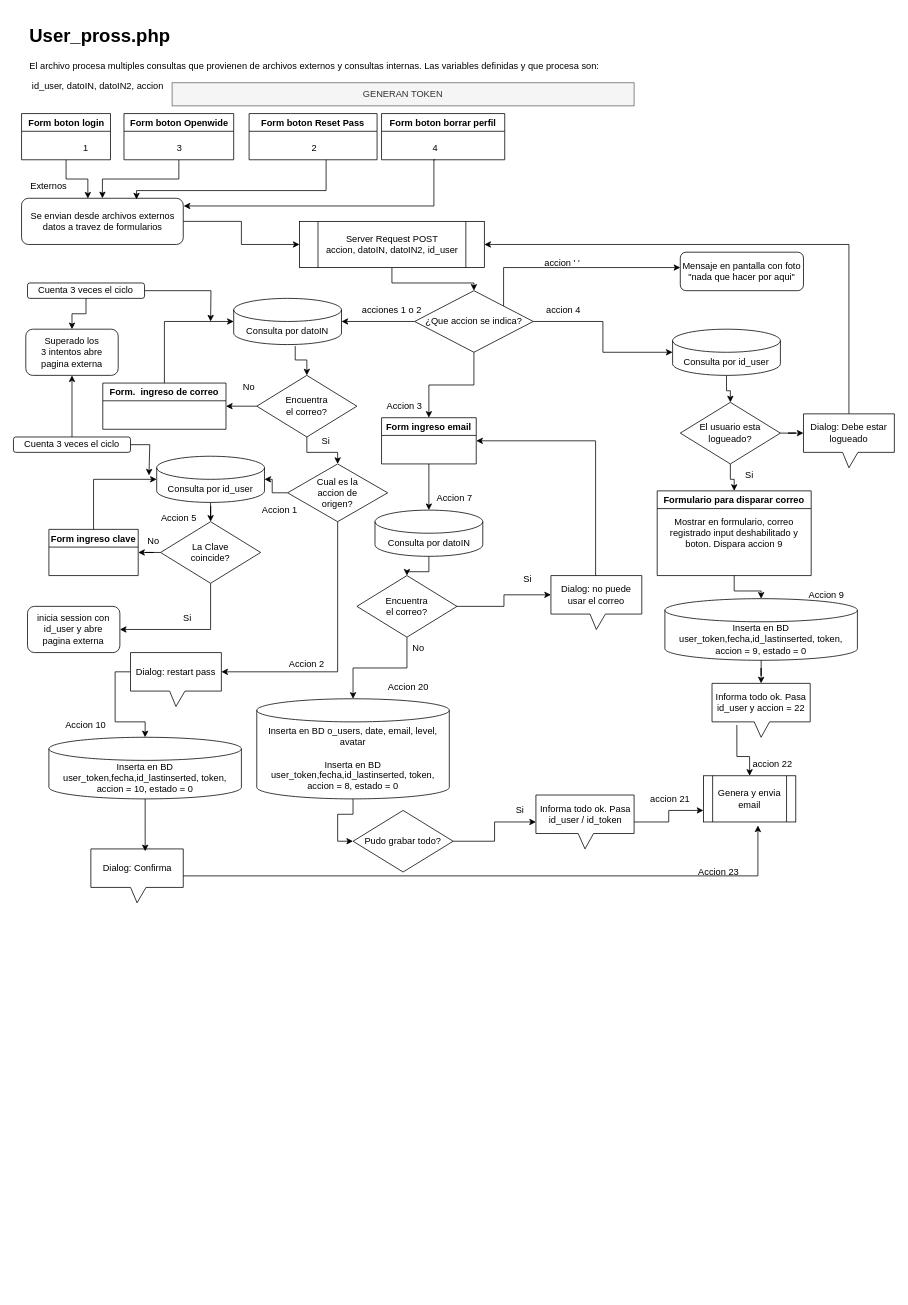
MaxiFranz/TrayectoP keeps this draw.io diagram as user_prossphp.drawio. Above is the earlier version. Source tidied: cells renumbered, new cells numbered last; positions are measured from the earlier drawing's top-left corner, leaving out a move shared by most shapes. Both pictures are drawn from the tidied source at 77%, with x=0, y=0 at pixel (13, 21).
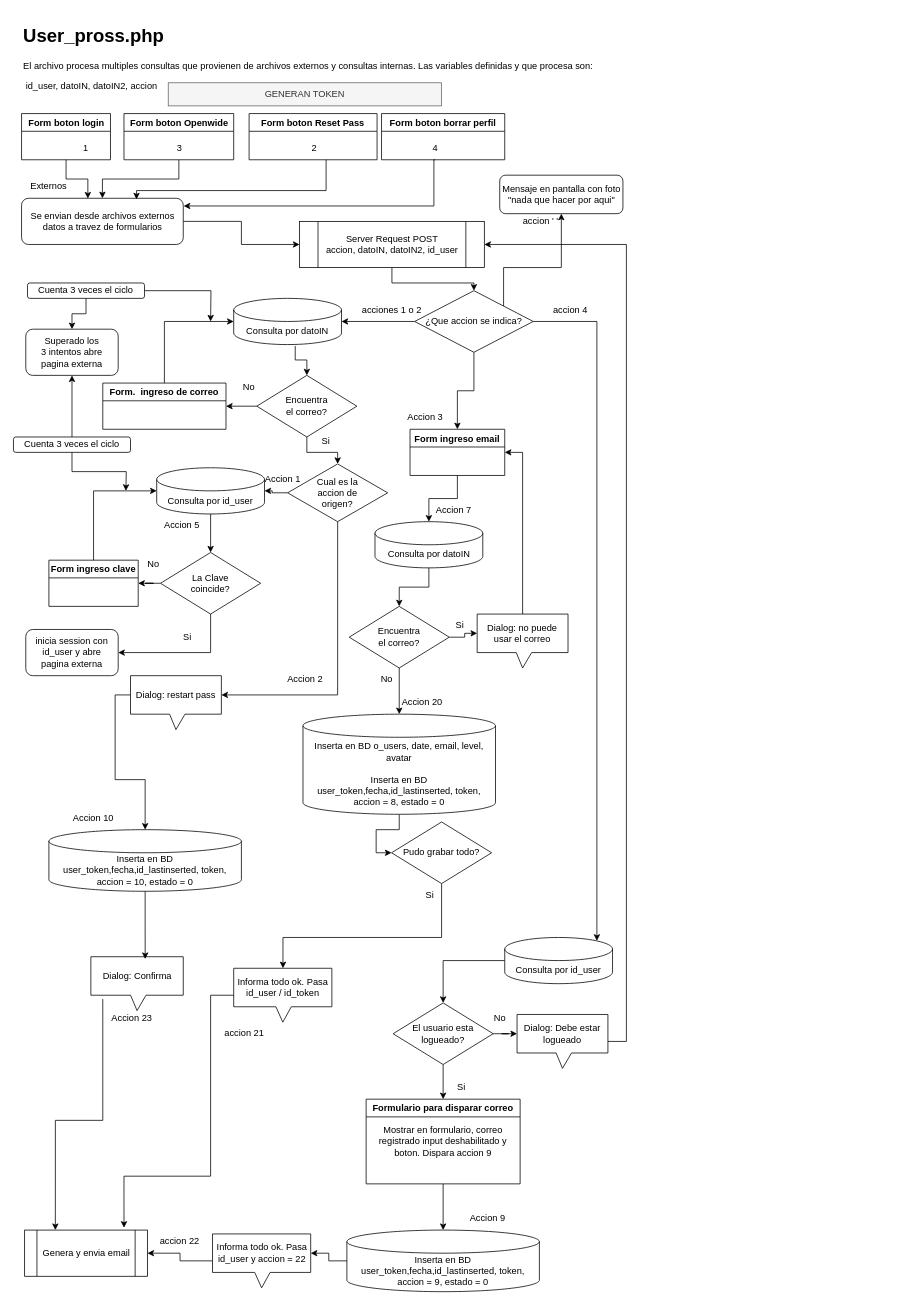
The same diagram, later.

Unchanged cells that the change refers to:
```xml
<mxCell id="4" value="Server Request POST&lt;br&gt;accion, datoIN, datoIN2, id_user" style="shape=process;whiteSpace=wrap;html=1;backgroundOutline=1;" parent="1" vertex="1">
  <mxGeometry x="371.5" y="260" width="240" height="60" as="geometry" />
</mxCell>
<mxCell id="24" value="¿Que accion se indica?" style="rhombus;whiteSpace=wrap;html=1;" parent="1" vertex="1">
  <mxGeometry x="521" y="350" width="154" height="80" as="geometry" />
</mxCell>
<mxCell id="49" value="Cuenta 3 veces el ciclo" style="rounded=1;whiteSpace=wrap;html=1;" parent="1" vertex="1">
  <mxGeometry y="540" width="152" height="20" as="geometry" />
</mxCell>
```

Change to the diagram source:
```diff
@@
     <mxCell id="2" value="&lt;h1&gt;User_pross.php&lt;/h1&gt;&lt;p&gt;El archivo procesa multiples consultas que provienen de archivos externos y consultas internas. Las variables definidas y que procesa son:&amp;nbsp;&lt;/p&gt;&lt;p&gt;&lt;span style=&quot;background-color: initial;&quot;&gt;&amp;nbsp;id_user,&amp;nbsp;&lt;/span&gt;&lt;span style=&quot;background-color: initial;&quot;&gt;datoIN,&amp;nbsp;&lt;/span&gt;&lt;span style=&quot;background-color: initial;&quot;&gt;datoIN2,&amp;nbsp;&lt;/span&gt;&lt;span style=&quot;background-color: initial;&quot;&gt;accion&lt;/span&gt;&lt;/p&gt;" style="text;html=1;strokeColor=none;fillColor=none;spacing=5;spacingTop=-20;whiteSpace=wrap;overflow=hidden;rounded=0;" parent="1" vertex="1">
-      <mxGeometry x="16" width="770" height="100" as="geometry" />
+      <mxGeometry x="8" width="770" height="100" as="geometry" />
     </mxCell>
@@
-    <mxCell id="22" style="edgeStyle=orthogonalEdgeStyle;rounded=0;jettySize=auto;html=1;" parent="1" edge="1" source="24" target="77">
-      <mxGeometry relative="1" as="geometry" />
-    </mxCell>
@@
     <mxCell id="36" value="Accion 1" style="text;html=1;strokeColor=none;fillColor=none;align=center;verticalAlign=middle;whiteSpace=wrap;rounded=0;" parent="1" vertex="1">
-      <mxGeometry x="306" y="620" width="80" height="30" as="geometry" />
+      <mxGeometry x="309.8" y="580" width="80" height="30" as="geometry" />
     </mxCell>
@@
     <mxCell id="38" value="Consulta por id_user" style="shape=cylinder3;whiteSpace=wrap;html=1;boundedLbl=1;backgroundOutline=1;size=15;" parent="1" vertex="1">
-      <mxGeometry x="186" y="565" width="140" height="60" as="geometry" />
+      <mxGeometry x="186" y="580" width="140" height="60" as="geometry" />
     </mxCell>
@@
     <mxCell id="41" value="La Clave&lt;br&gt;coincide?" style="rhombus;whiteSpace=wrap;html=1;" parent="1" vertex="1">
-      <mxGeometry x="191" y="650" width="130" height="80" as="geometry" />
+      <mxGeometry x="191" y="690" width="130" height="80" as="geometry" />
     </mxCell>
@@
     <mxCell id="43" value="Form ingreso clave" style="swimlane;" parent="1" vertex="1">
-      <mxGeometry x="46" y="660" width="116" height="60" as="geometry" />
+      <mxGeometry x="46" y="700" width="116" height="60" as="geometry" />
     </mxCell>
@@
     <mxCell id="45" value="No" style="text;html=1;strokeColor=none;fillColor=none;align=center;verticalAlign=middle;whiteSpace=wrap;rounded=0;" parent="1" vertex="1">
-      <mxGeometry x="152" y="660" width="60" height="30" as="geometry" />
+      <mxGeometry x="152" y="690" width="60" height="30" as="geometry" />
     </mxCell>
@@
-    <mxCell id="48" style="edgeStyle=orthogonalEdgeStyle;rounded=0;jettySize=auto;html=1;" parent="1" edge="1" source="49">
-      <mxGeometry relative="1" as="geometry">
-        <mxPoint x="176" y="590" as="targetPoint" />
-        <Array as="points">
-          <mxPoint x="177" y="550" />
-        </Array>
-      </mxGeometry>
-    </mxCell>
+    <mxCell id="110" style="edgeStyle=orthogonalEdgeStyle;rounded=0;jettySize=auto;html=1;" parent="1" edge="1" source="49">
+      <mxGeometry relative="1" as="geometry">
+        <mxPoint x="146" y="610" as="targetPoint" />
+      </mxGeometry>
+    </mxCell>
@@
     <mxCell id="53" value="Si" style="text;html=1;strokeColor=none;fillColor=none;align=center;verticalAlign=middle;whiteSpace=wrap;rounded=0;" parent="1" vertex="1">
-      <mxGeometry x="206" y="760" width="40" height="30" as="geometry" />
+      <mxGeometry x="206" y="785" width="40" height="30" as="geometry" />
     </mxCell>
     <mxCell id="54" value="inicia session con id_user y abre &lt;br&gt;pagina externa" style="rounded=1;whiteSpace=wrap;html=1;" parent="1" vertex="1">
-      <mxGeometry x="18.2" y="760" width="120" height="60" as="geometry" />
+      <mxGeometry x="16" y="790" width="120" height="60" as="geometry" />
     </mxCell>
     <mxCell id="55" value="Form ingreso email" style="swimlane;" parent="1" vertex="1">
-      <mxGeometry x="478" y="515" width="123" height="60" as="geometry" />
+      <mxGeometry x="515" y="530" width="123" height="60" as="geometry" />
     </mxCell>
     <mxCell id="56" value="Accion 3" style="text;html=1;strokeColor=none;fillColor=none;align=center;verticalAlign=middle;whiteSpace=wrap;rounded=0;" parent="1" vertex="1">
-      <mxGeometry x="478" y="485" width="60" height="30" as="geometry" />
+      <mxGeometry x="505" y="500" width="60" height="30" as="geometry" />
     </mxCell>
@@
     <mxCell id="58" value="Consulta por datoIN" style="shape=cylinder3;whiteSpace=wrap;html=1;boundedLbl=1;backgroundOutline=1;size=15;" parent="1" vertex="1">
-      <mxGeometry x="469.5" y="635" width="140" height="60" as="geometry" />
+      <mxGeometry x="469.5" y="650" width="140" height="60" as="geometry" />
     </mxCell>
@@
     <mxCell id="60" value="Accion 7" style="text;html=1;strokeColor=none;fillColor=none;align=center;verticalAlign=middle;whiteSpace=wrap;rounded=0;" parent="1" vertex="1">
-      <mxGeometry x="543" y="605" width="60" height="30" as="geometry" />
+      <mxGeometry x="542.2" y="620" width="60" height="30" as="geometry" />
     </mxCell>
     <mxCell id="61" value="Encuentra &lt;br&gt;el correo?" style="rhombus;whiteSpace=wrap;html=1;" parent="1" vertex="1">
-      <mxGeometry x="446" y="720" width="130" height="80" as="geometry" />
+      <mxGeometry x="436" y="760" width="130" height="80" as="geometry" />
     </mxCell>
     <mxCell id="62" style="edgeStyle=orthogonalEdgeStyle;rounded=0;jettySize=auto;html=1;entryX=1;entryY=0.5;entryDx=0;entryDy=0;exitX=0.5;exitY=0;exitDx=0;exitDy=0;exitPerimeter=0;" parent="1" edge="1" source="63" target="55">
-      <mxGeometry relative="1" as="geometry">
-        <Array as="points">
-          <mxPoint x="757" y="745" />
-          <mxPoint x="756" y="545" />
-        </Array>
-      </mxGeometry>
+      <mxGeometry relative="1" as="geometry" />
     </mxCell>
     <mxCell id="63" value="Dialog: no puede usar el correo" style="shape=callout;whiteSpace=wrap;html=1;perimeter=calloutPerimeter;size=20;position=0.43;" parent="1" vertex="1">
-      <mxGeometry x="698" y="720" width="118" height="70" as="geometry" />
+      <mxGeometry x="602.2" y="770" width="118" height="70" as="geometry" />
     </mxCell>
@@
     <mxCell id="65" value="Si" style="text;html=1;strokeColor=none;fillColor=none;align=center;verticalAlign=middle;whiteSpace=wrap;rounded=0;" parent="1" vertex="1">
-      <mxGeometry x="638" y="710" width="60" height="30" as="geometry" />
+      <mxGeometry x="549.5" y="770" width="60" height="30" as="geometry" />
     </mxCell>
@@
     <mxCell id="67" value="Inserta en BD o_users, date, email, level, avatar&lt;br&gt;&lt;br&gt;Inserta en BD user_token,fecha,id_lastinserted, token, accion = 8, estado = 0" style="shape=cylinder3;whiteSpace=wrap;html=1;boundedLbl=1;backgroundOutline=1;size=15;" parent="1" vertex="1">
-      <mxGeometry x="316" y="880" width="250" height="130" as="geometry" />
+      <mxGeometry x="376" y="900" width="250" height="130" as="geometry" />
     </mxCell>
@@
     <mxCell id="69" value="No" style="text;html=1;strokeColor=none;fillColor=none;align=center;verticalAlign=middle;whiteSpace=wrap;rounded=0;" parent="1" vertex="1">
-      <mxGeometry x="496" y="800" width="60" height="30" as="geometry" />
+      <mxGeometry x="455" y="840" width="60" height="30" as="geometry" />
     </mxCell>
-    <mxCell id="70" style="edgeStyle=orthogonalEdgeStyle;rounded=0;jettySize=auto;html=1;entryX=0;entryY=0.75;entryDx=0;entryDy=0;" parent="1" edge="1" source="71" target="75">
-      <mxGeometry relative="1" as="geometry" />
-    </mxCell>
     <mxCell id="71" value="Informa todo ok. Pasa id_user / id_token" style="shape=callout;whiteSpace=wrap;html=1;perimeter=calloutPerimeter;size=20;position=0.43;" parent="1" vertex="1">
-      <mxGeometry x="678.5" y="1005" width="127.5" height="70" as="geometry" />
+      <mxGeometry x="286" y="1230" width="127.5" height="70" as="geometry" />
     </mxCell>
-    <mxCell id="72" style="edgeStyle=orthogonalEdgeStyle;rounded=0;jettySize=auto;html=1;" parent="1" edge="1" source="73" target="71">
-      <mxGeometry relative="1" as="geometry" />
+    <mxCell id="72" style="edgeStyle=orthogonalEdgeStyle;rounded=0;jettySize=auto;html=1;exitX=0.5;exitY=1;exitDx=0;exitDy=0;" parent="1" edge="1" source="73" target="71">
+      <mxGeometry relative="1" as="geometry">
+        <Array as="points">
+          <mxPoint x="556" y="1190" />
+          <mxPoint x="350" y="1190" />
+        </Array>
+      </mxGeometry>
     </mxCell>
     <mxCell id="73" value="Pudo grabar todo?" style="rhombus;whiteSpace=wrap;html=1;" parent="1" vertex="1">
-      <mxGeometry x="441" y="1025" width="130" height="80" as="geometry" />
+      <mxGeometry x="491" y="1040" width="130" height="80" as="geometry" />
     </mxCell>
     <mxCell id="74" value="Si" style="text;html=1;strokeColor=none;fillColor=none;align=center;verticalAlign=middle;whiteSpace=wrap;rounded=0;" parent="1" vertex="1">
-      <mxGeometry x="638" y="1010" width="40" height="30" as="geometry" />
+      <mxGeometry x="521" y="1120" width="40" height="30" as="geometry" />
     </mxCell>
     <mxCell id="75" value="Genera y envia email" style="shape=process;whiteSpace=wrap;html=1;backgroundOutline=1;" parent="1" vertex="1">
-      <mxGeometry x="896" y="980" width="120" height="60" as="geometry" />
+      <mxGeometry x="14.5" y="1570" width="159.5" height="60" as="geometry" />
     </mxCell>
@@
     <mxCell id="77" value="Consulta por id_user" style="shape=cylinder3;whiteSpace=wrap;html=1;boundedLbl=1;backgroundOutline=1;size=15;" parent="1" vertex="1">
-      <mxGeometry x="856" y="400" width="140" height="60" as="geometry" />
+      <mxGeometry x="638" y="1190" width="140" height="60" as="geometry" />
     </mxCell>
     <mxCell id="78" value="accion 4" style="text;html=1;strokeColor=none;fillColor=none;align=center;verticalAlign=middle;whiteSpace=wrap;rounded=0;" parent="1" vertex="1">
-      <mxGeometry x="666" y="360" width="97" height="30" as="geometry" />
+      <mxGeometry x="675" y="360" width="97" height="30" as="geometry" />
     </mxCell>
@@
     <mxCell id="80" value="El usuario esta&lt;br&gt;logueado?" style="rhombus;whiteSpace=wrap;html=1;" parent="1" vertex="1">
-      <mxGeometry x="866" y="495" width="130" height="80" as="geometry" />
+      <mxGeometry x="493" y="1275" width="130" height="80" as="geometry" />
     </mxCell>
     <mxCell id="81" value="Formulario para disparar correo" style="swimlane;whiteSpace=wrap;html=1;" parent="1" vertex="1">
-      <mxGeometry x="836" y="610" width="200" height="110" as="geometry" />
+      <mxGeometry x="458" y="1400" width="200" height="110" as="geometry" />
     </mxCell>
@@
     <mxCell id="83" value="Si" style="text;html=1;strokeColor=none;fillColor=none;align=center;verticalAlign=middle;whiteSpace=wrap;rounded=0;" parent="1" vertex="1">
-      <mxGeometry x="926" y="575" width="60" height="30" as="geometry" />
+      <mxGeometry x="551.5" y="1370" width="60" height="30" as="geometry" />
     </mxCell>
-    <mxCell id="84" style="edgeStyle=orthogonalEdgeStyle;rounded=0;jettySize=auto;html=1;entryX=1;entryY=0.5;entryDx=0;entryDy=0;exitX=0.5;exitY=0;exitDx=0;exitDy=0;exitPerimeter=0;" parent="1" edge="1" source="85" target="4">
-      <mxGeometry relative="1" as="geometry" />
+    <mxCell id="84" style="edgeStyle=orthogonalEdgeStyle;rounded=0;jettySize=auto;html=1;entryX=1;entryY=0.5;entryDx=0;entryDy=0;" parent="1" edge="1" source="85" target="4">
+      <mxGeometry relative="1" as="geometry">
+        <Array as="points">
+          <mxPoint x="796" y="1325" />
+          <mxPoint x="796" y="290" />
+        </Array>
+      </mxGeometry>
     </mxCell>
     <mxCell id="85" value="Dialog: Debe estar logueado" style="shape=callout;whiteSpace=wrap;html=1;perimeter=calloutPerimeter;size=20;position=0.43;" parent="1" vertex="1">
-      <mxGeometry x="1026" y="510" width="118" height="70" as="geometry" />
+      <mxGeometry x="654" y="1290" width="118" height="70" as="geometry" />
     </mxCell>
@@
     <mxCell id="88" value="Dialog: restart pass" style="shape=callout;whiteSpace=wrap;html=1;perimeter=calloutPerimeter;size=20;position=0.43;" parent="1" vertex="1">
-      <mxGeometry x="152" y="820" width="118" height="70" as="geometry" />
+      <mxGeometry x="152" y="850" width="118" height="70" as="geometry" />
     </mxCell>
     <mxCell id="89" value="Accion 23" style="text;html=1;strokeColor=none;fillColor=none;align=center;verticalAlign=middle;whiteSpace=wrap;rounded=0;" parent="1" vertex="1">
-      <mxGeometry x="886" y="1090" width="60" height="30" as="geometry" />
+      <mxGeometry x="124.2" y="1280" width="60" height="30" as="geometry" />
     </mxCell>
     <mxCell id="90" value="Accion 2" style="text;html=1;strokeColor=none;fillColor=none;align=center;verticalAlign=middle;whiteSpace=wrap;rounded=0;" parent="1" vertex="1">
-      <mxGeometry x="351" y="820" width="60" height="30" as="geometry" />
+      <mxGeometry x="349" y="840" width="60" height="30" as="geometry" />
     </mxCell>
+    <mxCell id="93" style="edgeStyle=orthogonalEdgeStyle;rounded=0;jettySize=auto;html=1;entryX=0.25;entryY=0;entryDx=0;entryDy=0;exitX=0.129;exitY=0.786;exitDx=0;exitDy=0;exitPerimeter=0;" parent="1" edge="1" source="91" target="75">
+      <mxGeometry relative="1" as="geometry" />
+    </mxCell>
     <mxCell id="91" value="Dialog: Confirma" style="shape=callout;whiteSpace=wrap;html=1;perimeter=calloutPerimeter;size=20;position=0.43;" parent="1" vertex="1">
-      <mxGeometry x="100.5" y="1075" width="120" height="70" as="geometry" />
+      <mxGeometry x="100.5" y="1215" width="120" height="70" as="geometry" />
     </mxCell>
     <mxCell id="92" value="Inserta en BD user_token,fecha,id_lastinserted, token, accion = 10, estado = 0" style="shape=cylinder3;whiteSpace=wrap;html=1;boundedLbl=1;backgroundOutline=1;size=15;" parent="1" vertex="1">
-      <mxGeometry x="46" y="930" width="250" height="80" as="geometry" />
+      <mxGeometry x="46" y="1050" width="250" height="80" as="geometry" />
     </mxCell>
-    <mxCell id="93" style="edgeStyle=orthogonalEdgeStyle;rounded=0;jettySize=auto;html=1;entryX=0.59;entryY=1.076;entryDx=0;entryDy=0;entryPerimeter=0;" parent="1" edge="1" source="91" target="75">
-      <mxGeometry relative="1" as="geometry" />
-    </mxCell>
     <mxCell id="94" value="Accion 10" style="text;html=1;strokeColor=none;fillColor=none;align=center;verticalAlign=middle;whiteSpace=wrap;rounded=0;" parent="1" vertex="1">
-      <mxGeometry x="64.2" y="900" width="60" height="30" as="geometry" />
+      <mxGeometry x="74" y="1020" width="60" height="30" as="geometry" />
     </mxCell>
     <mxCell id="95" value="Inserta en BD user_token,fecha,id_lastinserted, token, accion = 9, estado = 0" style="shape=cylinder3;whiteSpace=wrap;html=1;boundedLbl=1;backgroundOutline=1;size=15;" parent="1" vertex="1">
-      <mxGeometry x="846" y="750" width="250" height="80" as="geometry" />
+      <mxGeometry x="433" y="1570" width="250" height="80" as="geometry" />
     </mxCell>
-    <mxCell id="96" style="edgeStyle=orthogonalEdgeStyle;rounded=0;jettySize=auto;html=1;exitX=0.253;exitY=0.772;exitDx=0;exitDy=0;exitPerimeter=0;" parent="1" edge="1" source="97" target="75">
+    <mxCell id="96" style="edgeStyle=orthogonalEdgeStyle;rounded=0;jettySize=auto;html=1;entryX=1;entryY=0.5;entryDx=0;entryDy=0;" parent="1" edge="1" source="97" target="75">
       <mxGeometry relative="1" as="geometry" />
     </mxCell>
     <mxCell id="97" value="Informa todo ok. Pasa id_user y accion = 22" style="shape=callout;whiteSpace=wrap;html=1;perimeter=calloutPerimeter;size=20;position=0.43;" parent="1" vertex="1">
-      <mxGeometry x="907.2" y="860" width="127.5" height="70" as="geometry" />
+      <mxGeometry x="258.5" y="1575" width="127.5" height="70" as="geometry" />
     </mxCell>
-    <mxCell id="98" style="edgeStyle=orthogonalEdgeStyle;rounded=0;jettySize=auto;html=1;entryX=0.5;entryY=0;entryDx=0;entryDy=0;entryPerimeter=0;" parent="1" edge="1" source="95" target="97">
-      <mxGeometry relative="1" as="geometry" />
-    </mxCell>
     <mxCell id="99" value="Mensaje en pantalla con foto&lt;br&gt;&quot;nada que hacer por aqui&quot;" style="rounded=1;whiteSpace=wrap;html=1;" parent="1" vertex="1">
-      <mxGeometry x="866" y="300" width="160" height="50" as="geometry" />
+      <mxGeometry x="631.5" y="200" width="160" height="50" as="geometry" />
     </mxCell>
     <mxCell id="100" value="accion ' '&amp;nbsp;" style="text;html=1;strokeColor=none;fillColor=none;align=center;verticalAlign=middle;whiteSpace=wrap;rounded=0;" parent="1" vertex="1">
-      <mxGeometry x="666" y="300" width="97" height="30" as="geometry" />
+      <mxGeometry x="638" y="245" width="97" height="30" as="geometry" />
     </mxCell>
@@
     <mxCell id="102" value="Accion 9" style="text;html=1;strokeColor=none;fillColor=none;align=center;verticalAlign=middle;whiteSpace=wrap;rounded=0;" parent="1" vertex="1">
-      <mxGeometry x="1026" y="730" width="60" height="30" as="geometry" />
+      <mxGeometry x="586" y="1540" width="60" height="30" as="geometry" />
     </mxCell>
     <mxCell id="103" value="Accion 20" style="text;html=1;strokeColor=none;fillColor=none;align=center;verticalAlign=middle;whiteSpace=wrap;rounded=0;" parent="1" vertex="1">
-      <mxGeometry x="483" y="850" width="60" height="30" as="geometry" />
+      <mxGeometry x="501" y="870" width="60" height="30" as="geometry" />
     </mxCell>
     <mxCell id="104" value="accion 22" style="text;html=1;strokeColor=none;fillColor=none;align=center;verticalAlign=middle;whiteSpace=wrap;rounded=0;" parent="1" vertex="1">
-      <mxGeometry x="956" y="950" width="60" height="30" as="geometry" />
+      <mxGeometry x="186" y="1570" width="60" height="30" as="geometry" />
     </mxCell>
     <mxCell id="105" value="accion 21" style="text;html=1;strokeColor=none;fillColor=none;align=center;verticalAlign=middle;whiteSpace=wrap;rounded=0;" parent="1" vertex="1">
-      <mxGeometry x="823" y="995" width="60" height="30" as="geometry" />
+      <mxGeometry x="270" y="1300" width="60" height="30" as="geometry" />
     </mxCell>
     <mxCell id="106" value="GENERAN TOKEN" style="text;html=1;strokeColor=#666666;fillColor=#f5f5f5;align=center;verticalAlign=middle;whiteSpace=wrap;rounded=0;fontColor=#333333;" parent="1" vertex="1">
-      <mxGeometry x="206" y="80" width="600" height="30" as="geometry" />
+      <mxGeometry x="201" y="80" width="355" height="30" as="geometry" />
     </mxCell>
@@
     <mxCell id="109" value="Accion 5" style="text;html=1;strokeColor=none;fillColor=none;align=center;verticalAlign=middle;whiteSpace=wrap;rounded=0;" parent="1" vertex="1">
-      <mxGeometry x="174.8" y="630" width="80" height="30" as="geometry" />
+      <mxGeometry x="178.5" y="640" width="80" height="30" as="geometry" />
     </mxCell>
+    <mxCell id="22" style="edgeStyle=orthogonalEdgeStyle;rounded=0;jettySize=auto;html=1;entryX=0.855;entryY=0;entryDx=0;entryDy=4.35;entryPerimeter=0;exitX=1;exitY=0.5;exitDx=0;exitDy=0;" parent="1" edge="1" source="24" target="77">
+      <mxGeometry relative="1" as="geometry" />
+    </mxCell>
+    <mxCell id="98" style="edgeStyle=orthogonalEdgeStyle;rounded=0;jettySize=auto;html=1;entryX=0;entryY=0;entryDx=127.5;entryDy=25;entryPerimeter=0;" parent="1" edge="1" source="95" target="97">
+      <mxGeometry relative="1" as="geometry" />
+    </mxCell>
+    <mxCell id="70" style="edgeStyle=orthogonalEdgeStyle;rounded=0;jettySize=auto;html=1;entryX=0.809;entryY=-0.05;entryDx=0;entryDy=0;entryPerimeter=0;" parent="1" edge="1" source="71" target="75">
+      <mxGeometry relative="1" as="geometry">
+        <Array as="points">
+          <mxPoint x="256" y="1265" />
+          <mxPoint x="256" y="1500" />
+          <mxPoint x="144" y="1500" />
+        </Array>
+      </mxGeometry>
+    </mxCell>
+    <mxCell id="111" value="No" style="text;html=1;strokeColor=none;fillColor=none;align=center;verticalAlign=middle;whiteSpace=wrap;rounded=0;" parent="1" vertex="1">
+      <mxGeometry x="602.2" y="1280" width="60" height="30" as="geometry" />
+    </mxCell>
```
